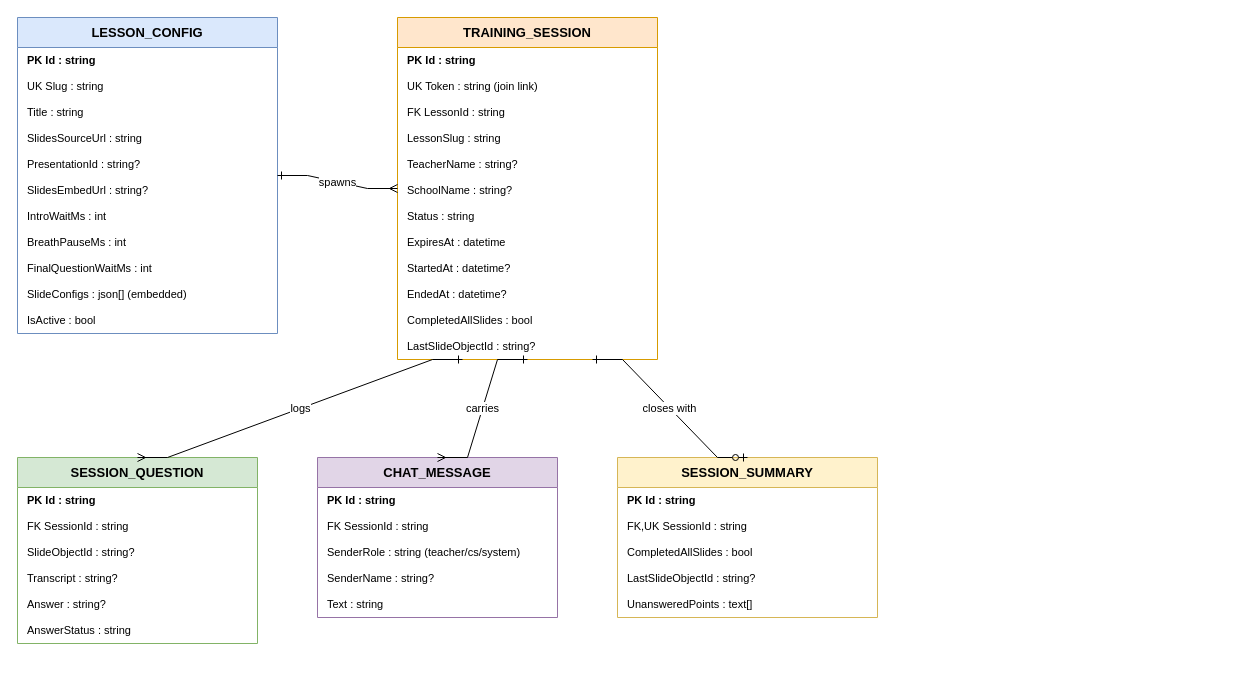
Before: backend/docs/ER_DIAGRAM.drawio in Sathaporn24/sb_supportroom, a draw.io diagram. Source tidied: cells renumbered, new cells numbered last; positions are measured from the earlier drawing's top-left corner, leaving out a move shared by most shapes. Both pictures are drawn from the tidied source at 100%, with x=0, y=0 at pixel (17, 17).
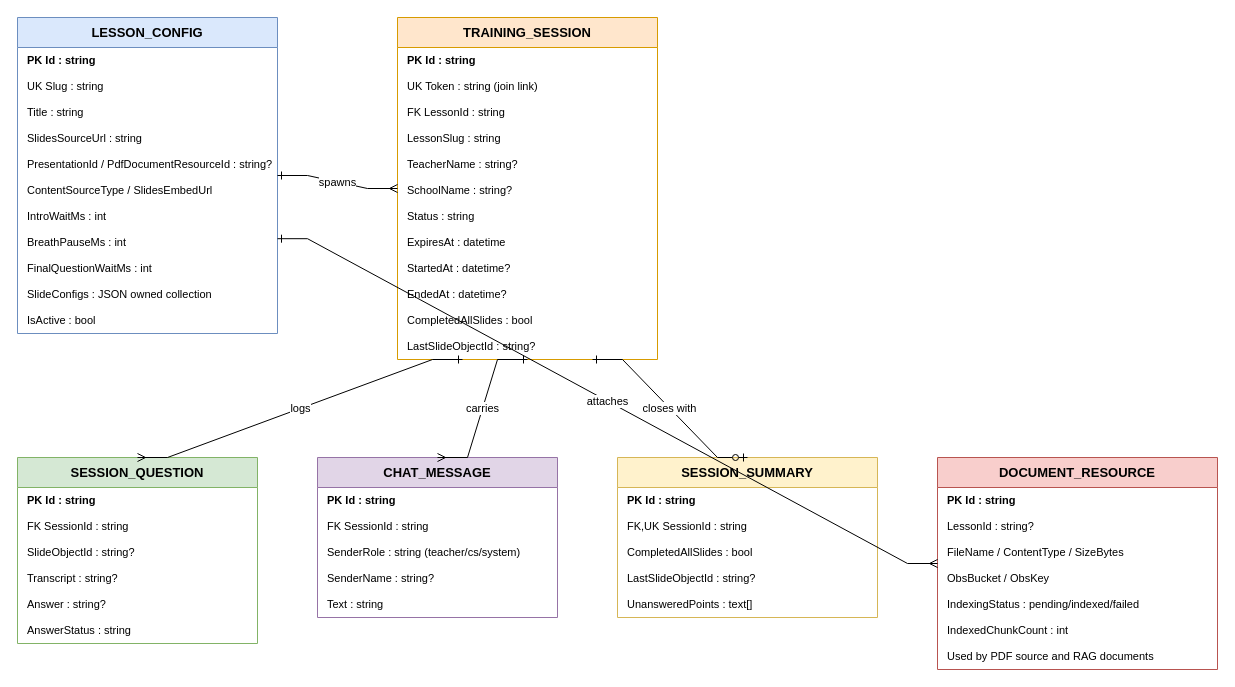
The same page after the edit.

The change refers to these unchanged cells:
```xml
<mxCell id="2" value="LESSON_CONFIG" style="swimlane;fontStyle=1;align=center;verticalAlign=middle;horizontal=1;startSize=30;whiteSpace=wrap;html=1;fillColor=#dae8fc;strokeColor=#6c8ebf;fontSize=13;" parent="1" vertex="1">
  <mxGeometry width="260" height="316" as="geometry" />
</mxCell>
```

What changed in the source:
```diff
@@
-    <mxCell id="7" value="PresentationId : string?" style="text;strokeColor=none;fillColor=none;align=left;verticalAlign=middle;spacingLeft=8;fontSize=11;whiteSpace=nowrap;overflow=hidden;html=1;" parent="2" vertex="1">
+    <mxCell id="7" value="PresentationId / PdfDocumentResourceId : string?" style="text;strokeColor=none;fillColor=none;align=left;verticalAlign=middle;spacingLeft=8;fontSize=11;whiteSpace=nowrap;overflow=hidden;html=1;" parent="2" vertex="1">
       <mxGeometry y="134" width="260" height="26" as="geometry" />
     </mxCell>
-    <mxCell id="8" value="SlidesEmbedUrl : string?" style="text;strokeColor=none;fillColor=none;align=left;verticalAlign=middle;spacingLeft=8;fontSize=11;whiteSpace=nowrap;overflow=hidden;html=1;" parent="2" vertex="1">
+    <mxCell id="8" value="ContentSourceType / SlidesEmbedUrl" style="text;strokeColor=none;fillColor=none;align=left;verticalAlign=middle;spacingLeft=8;fontSize=11;whiteSpace=nowrap;overflow=hidden;html=1;" parent="2" vertex="1">
       <mxGeometry y="160" width="260" height="26" as="geometry" />
     </mxCell>
@@
-    <mxCell id="12" value="SlideConfigs : json[] (embedded)" style="text;strokeColor=none;fillColor=none;align=left;verticalAlign=middle;spacingLeft=8;fontSize=11;whiteSpace=nowrap;overflow=hidden;html=1;" parent="2" vertex="1">
+    <mxCell id="12" value="SlideConfigs : JSON owned collection" style="text;strokeColor=none;fillColor=none;align=left;verticalAlign=middle;spacingLeft=8;fontSize=11;whiteSpace=nowrap;overflow=hidden;html=1;" parent="2" vertex="1">
       <mxGeometry y="264" width="260" height="26" as="geometry" />
     </mxCell>
@@
+    <mxCell id="50" value="DOCUMENT_RESOURCE" style="swimlane;fontStyle=1;align=center;verticalAlign=middle;horizontal=1;startSize=30;whiteSpace=wrap;html=1;fillColor=#f8cecc;strokeColor=#b85450;fontSize=13;" parent="1" vertex="1">
+      <mxGeometry x="920" y="440" width="280" height="212" as="geometry" />
+    </mxCell>
+    <mxCell id="51" value="PK   Id : string" style="text;strokeColor=none;fillColor=none;align=left;verticalAlign=middle;spacingLeft=8;fontStyle=1;fontSize=11;whiteSpace=nowrap;overflow=hidden;html=1;" parent="50" vertex="1">
+      <mxGeometry y="30" width="280" height="26" as="geometry" />
+    </mxCell>
+    <mxCell id="52" value="LessonId : string?" style="text;strokeColor=none;fillColor=none;align=left;verticalAlign=middle;spacingLeft=8;fontSize=11;whiteSpace=nowrap;overflow=hidden;html=1;" parent="50" vertex="1">
+      <mxGeometry y="56" width="280" height="26" as="geometry" />
+    </mxCell>
+    <mxCell id="53" value="FileName / ContentType / SizeBytes" style="text;strokeColor=none;fillColor=none;align=left;verticalAlign=middle;spacingLeft=8;fontSize=11;whiteSpace=nowrap;overflow=hidden;html=1;" parent="50" vertex="1">
+      <mxGeometry y="82" width="280" height="26" as="geometry" />
+    </mxCell>
+    <mxCell id="54" value="ObsBucket / ObsKey" style="text;strokeColor=none;fillColor=none;align=left;verticalAlign=middle;spacingLeft=8;fontSize=11;whiteSpace=nowrap;overflow=hidden;html=1;" parent="50" vertex="1">
+      <mxGeometry y="108" width="280" height="26" as="geometry" />
+    </mxCell>
+    <mxCell id="55" value="IndexingStatus : pending/indexed/failed" style="text;strokeColor=none;fillColor=none;align=left;verticalAlign=middle;spacingLeft=8;fontSize=11;whiteSpace=nowrap;overflow=hidden;html=1;" parent="50" vertex="1">
+      <mxGeometry y="134" width="280" height="26" as="geometry" />
+    </mxCell>
+    <mxCell id="56" value="IndexedChunkCount : int" style="text;strokeColor=none;fillColor=none;align=left;verticalAlign=middle;spacingLeft=8;fontSize=11;whiteSpace=nowrap;overflow=hidden;html=1;" parent="50" vertex="1">
+      <mxGeometry y="160" width="280" height="26" as="geometry" />
+    </mxCell>
+    <mxCell id="57" value="Used by PDF source and RAG documents" style="text;strokeColor=none;fillColor=none;align=left;verticalAlign=middle;spacingLeft=8;fontSize=11;whiteSpace=nowrap;overflow=hidden;html=1;" parent="50" vertex="1">
+      <mxGeometry y="186" width="280" height="26" as="geometry" />
+    </mxCell>
@@
+    <mxCell id="58" value="attaches" style="edgeStyle=entityRelationEdgeStyle;rounded=0;html=1;fontSize=11;startArrow=ERone;startFill=0;endArrow=ERmany;endFill=0;exitX=1;exitY=0.7;exitDx=0;exitDy=0;entryX=0;entryY=0.5;entryDx=0;entryDy=0;" parent="1" edge="1" source="2" target="50">
+      <mxGeometry relative="1" as="geometry" />
+    </mxCell>
```
